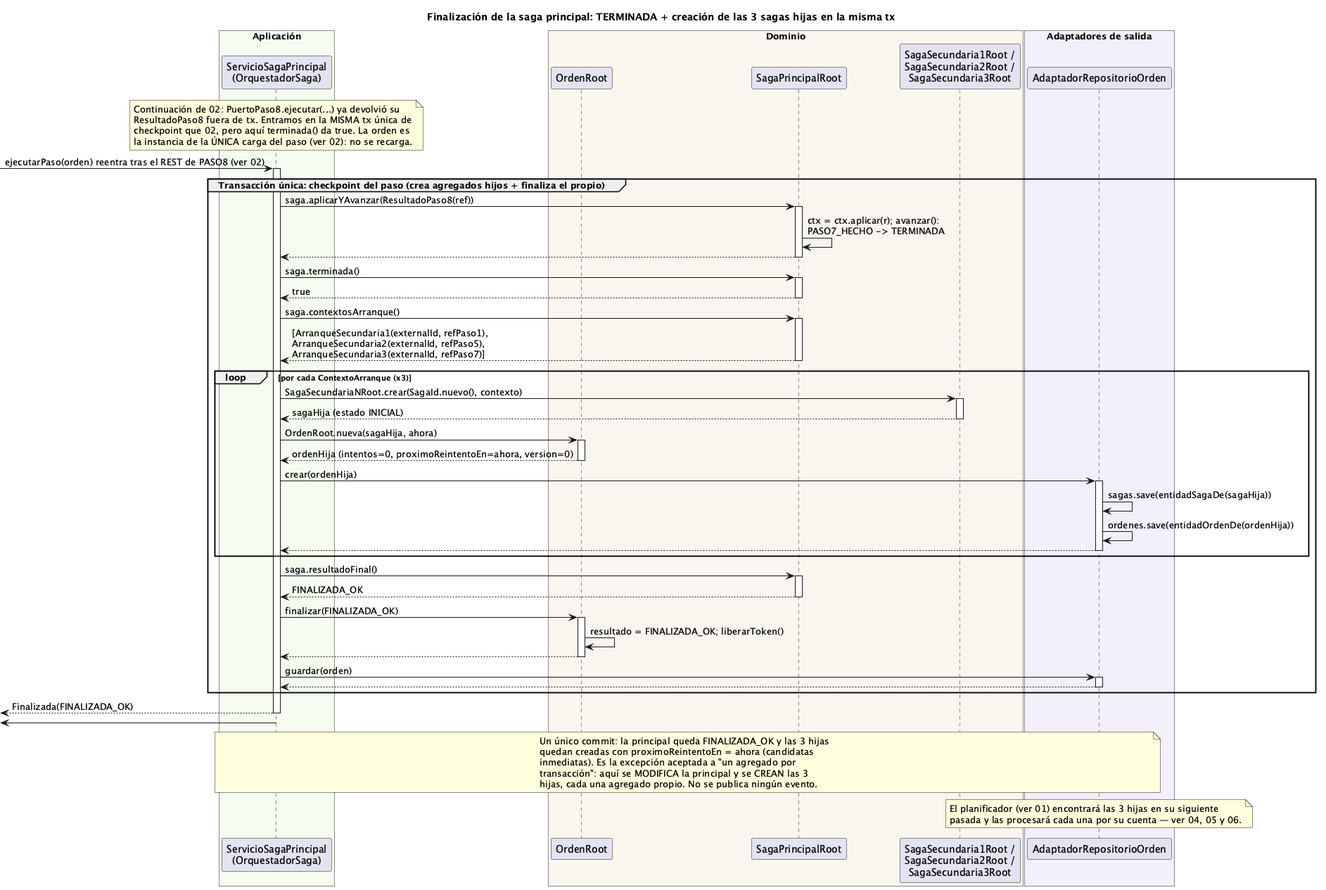
Above: order-manager/docs/03-finalizacion-saga-principal.png in ralcazar/patrones (PlantUML), before the change.
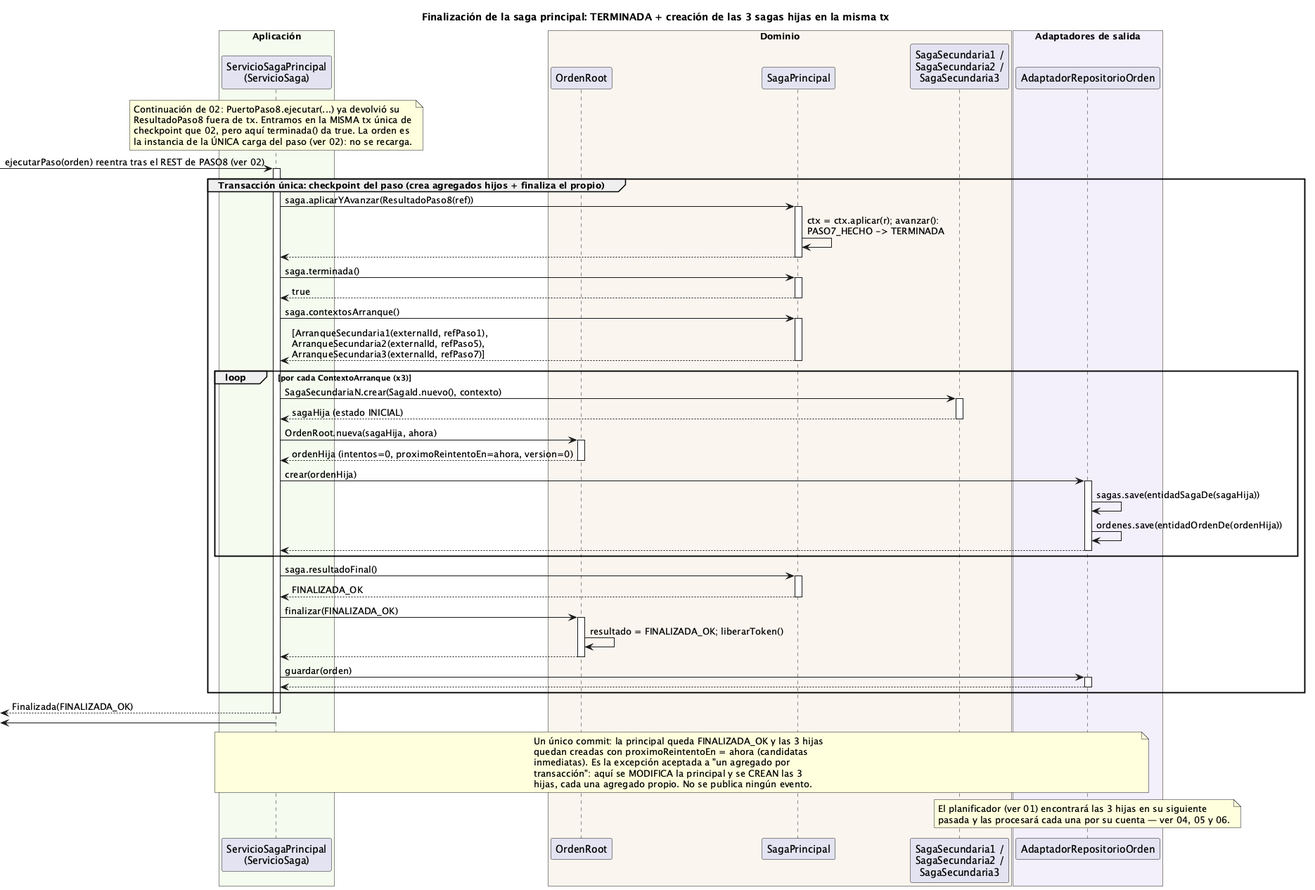
After the change.

Change to the diagram source:
```diff
@@ -2,12 +2,12 @@
 title Finalización de la saga principal: TERMINADA + creación de las 3 sagas hijas en la misma tx
 
 box "Aplicación" #F5FBEF
-  participant "ServicioSagaPrincipal\n(OrquestadorSaga)" as ORQ
+  participant "ServicioSagaPrincipal\n(ServicioSaga)" as ORQ
 end box
 box "Dominio" #FBF5EF
   participant "OrdenRoot" as ORDEN
-  participant "SagaPrincipalRoot" as SAGA
-  participant "SagaSecundaria1Root /\nSagaSecundaria2Root /\nSagaSecundaria3Root" as HIJAS
+  participant "SagaPrincipal" as SAGA
+  participant "SagaSecundaria1 /\nSagaSecundaria2 /\nSagaSecundaria3" as HIJAS
 end box
 box "Adaptadores de salida" #F3EFFB
   participant "AdaptadorRepositorioOrden" as REPO
@@ -34,7 +34,7 @@
   return [ArranqueSecundaria1(externalId, refPaso1),\nArranqueSecundaria2(externalId, refPaso5),\nArranqueSecundaria3(externalId, refPaso7)]
 
   loop por cada ContextoArranque (x3)
-    ORQ -> HIJAS ++ : SagaSecundariaNRoot.crear(SagaId.nuevo(), contexto)
+    ORQ -> HIJAS ++ : SagaSecundariaN.crear(SagaId.nuevo(), contexto)
     return sagaHija (estado INICIAL)
     ORQ -> ORDEN ++ : OrdenRoot.nueva(sagaHija, ahora)
     return ordenHija (intentos=0, proximoReintentoEn=ahora, version=0)
```
